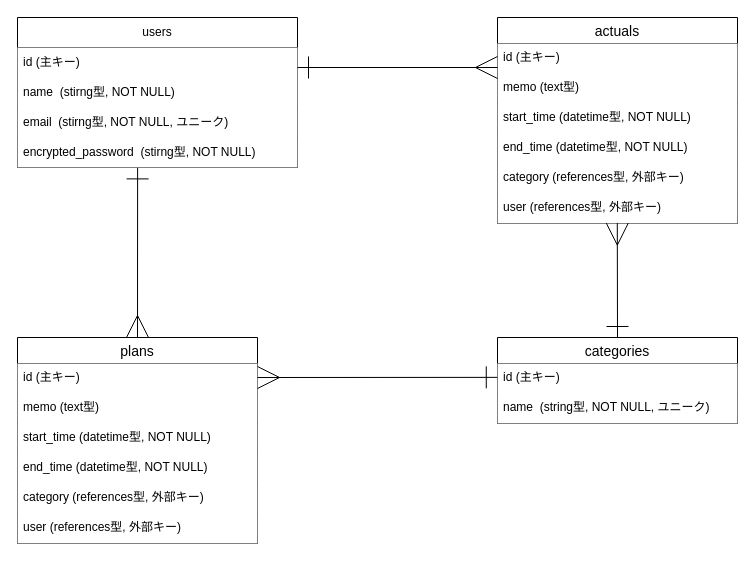
This is ER.dio from barsea/schedpoint, a draw.io file, before an edit. Source tidied: cells renumbered, new cells numbered last; positions are measured from the earlier drawing's top-left corner, leaving out a move shared by most shapes. Both pictures are drawn from the tidied source at 100%, with x=0, y=0 at pixel (17, 17).
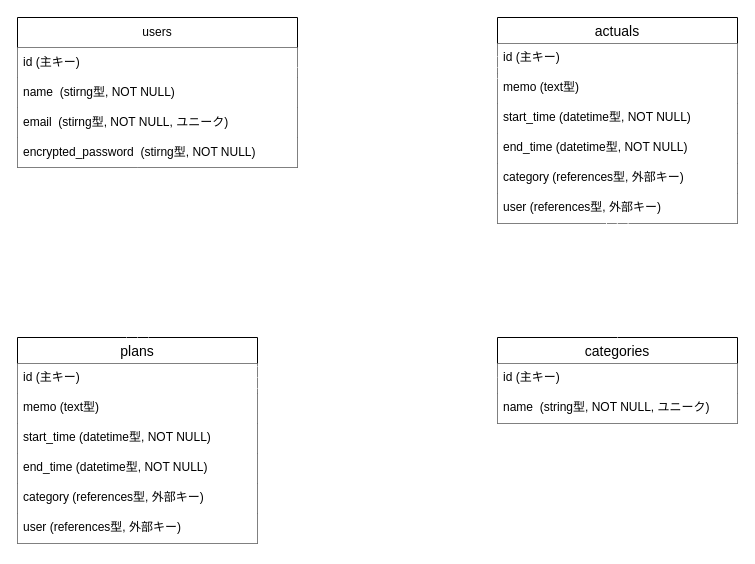
Above is the later version.

Commit message (it also covers changes not shown here):
docs: ER図の線を白色に修正

The change refers to these unchanged cells:
```xml
<mxCell id="2" value="plans" style="swimlane;fontStyle=0;horizontal=1;startSize=26;align=center;fontSize=14;fillColor=#FFFFFF;" parent="1" vertex="1">
  <mxGeometry y="320" width="240" height="206" as="geometry" />
</mxCell>
<mxCell id="9" value="categories" style="swimlane;fontStyle=0;horizontal=1;startSize=26;align=center;fontSize=14;fillColor=#FFFFFF;" parent="1" vertex="1">
  <mxGeometry x="480" y="320" width="240" height="86" as="geometry" />
</mxCell>
<mxCell id="10" value="id (主キー)" style="text;strokeColor=none;fillColor=#FFFFFF;spacingLeft=4;spacingRight=4;overflow=hidden;points=[[0,0.5],[1,0.5]];portConstraint=eastwest;fontSize=12;whiteSpace=wrap;html=1;" parent="9" vertex="1">
  <mxGeometry y="26" width="240" height="30" as="geometry" />
</mxCell>
<mxCell id="16" value="&lt;span style=&quot;color: rgb(0, 0, 0);&quot;&gt;&lt;span style=&quot;color: rgb(0, 0, 0); text-wrap-mode: nowrap;&quot;&gt;encrypted_password&lt;/span&gt;&amp;nbsp; (stirng型, NOT NULL)&lt;/span&gt;" style="text;strokeColor=none;fillColor=#FFFFFF;align=left;verticalAlign=middle;spacingLeft=4;spacingRight=4;overflow=hidden;points=[[0,0.5],[1,0.5]];portConstraint=eastwest;whiteSpace=wrap;html=1;" parent="12" vertex="1">
  <mxGeometry y="120" width="280" height="30" as="geometry" />
</mxCell>
```

What changed in the source:
```diff
@@
-    <mxCell id="24" style="edgeStyle=none;html=1;entryX=0;entryY=0.633;entryDx=0;entryDy=0;entryPerimeter=0;endArrow=ERmany;endFill=0;startArrow=ERone;startFill=0;targetPerimeterSpacing=0;endSize=20;startSize=20;fillColor=#FFFFFF;" parent="1" edge="1">
+    <mxCell id="24" style="edgeStyle=none;html=1;entryX=0;entryY=0.633;entryDx=0;entryDy=0;entryPerimeter=0;endArrow=ERmany;endFill=0;startArrow=ERone;startFill=0;targetPerimeterSpacing=0;endSize=20;startSize=20;fillColor=#FFFFFF;strokeColor=#FFFFFF;" parent="1" edge="1">
       <mxGeometry relative="1" as="geometry">
         <mxPoint x="280" y="50" as="sourcePoint" />
         <mxPoint x="480" y="50" as="targetPoint" />
       </mxGeometry>
     </mxCell>
-    <mxCell id="25" style="edgeStyle=none;html=1;endArrow=ERone;endFill=0;startArrow=ERmany;startFill=0;targetPerimeterSpacing=0;endSize=20;startSize=20;entryX=-0.001;entryY=0.462;entryDx=0;entryDy=0;entryPerimeter=0;fillColor=#FFFFFF;" parent="1" edge="1" target="10">
+    <mxCell id="25" style="edgeStyle=none;html=1;endArrow=ERone;endFill=0;startArrow=ERmany;startFill=0;targetPerimeterSpacing=0;endSize=20;startSize=20;entryX=-0.001;entryY=0.462;entryDx=0;entryDy=0;entryPerimeter=0;fillColor=#FFFFFF;strokeColor=#FFFFFF;" parent="1" edge="1" target="10">
       <mxGeometry relative="1" as="geometry">
         <mxPoint x="240" y="360" as="sourcePoint" />
       </mxGeometry>
     </mxCell>
-    <mxCell id="26" style="edgeStyle=none;html=1;endArrow=ERmany;endFill=0;startArrow=ERone;startFill=0;targetPerimeterSpacing=0;endSize=20;startSize=20;exitX=0.429;exitY=1.013;exitDx=0;exitDy=0;exitPerimeter=0;entryX=0.5;entryY=0;entryDx=0;entryDy=0;fillColor=#FFFFFF;" parent="1" edge="1" source="16" target="2">
+    <mxCell id="26" style="edgeStyle=none;html=1;endArrow=ERmany;endFill=0;startArrow=ERone;startFill=0;targetPerimeterSpacing=0;endSize=20;startSize=20;exitX=0.429;exitY=1.013;exitDx=0;exitDy=0;exitPerimeter=0;entryX=0.5;entryY=0;entryDx=0;entryDy=0;fillColor=#FFFFFF;strokeColor=#FFFFFF;" parent="1" edge="1" source="16" target="2">
       <mxGeometry relative="1" as="geometry" />
     </mxCell>
-    <mxCell id="27" style="edgeStyle=none;html=1;endArrow=ERone;endFill=0;startArrow=ERmany;startFill=0;targetPerimeterSpacing=0;endSize=20;startSize=20;exitX=0.429;exitY=1.013;exitDx=0;exitDy=0;exitPerimeter=0;entryX=0.5;entryY=0;entryDx=0;entryDy=0;fillColor=#FFFFFF;" parent="1" edge="1" target="9">
+    <mxCell id="27" style="edgeStyle=none;html=1;endArrow=ERone;endFill=0;startArrow=ERmany;startFill=0;targetPerimeterSpacing=0;endSize=20;startSize=20;exitX=0.429;exitY=1.013;exitDx=0;exitDy=0;exitPerimeter=0;entryX=0.5;entryY=0;entryDx=0;entryDy=0;fillColor=#FFFFFF;strokeColor=#FFFFFF;" parent="1" edge="1" target="9">
       <mxGeometry relative="1" as="geometry">
         <mxPoint x="599.8" y="205.6" as="sourcePoint" />
       </mxGeometry>
     </mxCell>
```
